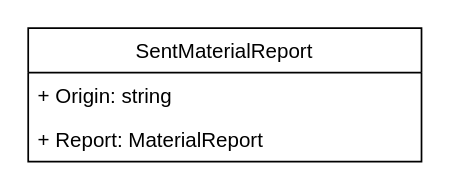
Above: Assets/UML_Diagrams/ReceivedMaterialReport.drawio in ProgramacionII-Equipo3/Proyecto (draw.io), before the change. Source tidied: cells renumbered, new cells numbered last; positions are measured from the earlier drawing's top-left corner, leaving out a move shared by most shapes. Both pictures are drawn from the tidied source at 171%, with x=0, y=0 at pixel (27, 27).
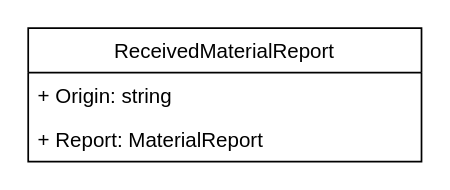
The same page after the edit.

Change to the diagram source:
```diff
@@
 <mxGraphModel>
   <root>
     <mxCell id="0" />
     <mxCell id="1" parent="0" />
-    <mxCell id="2" value="SentMaterialReport" style="swimlane;fontStyle=0;horizontal=1;startSize=26;fillColor=none;" parent="1" vertex="1">
+    <mxCell id="2" value="ReceivedMaterialReport" style="swimlane;fontStyle=0;horizontal=1;startSize=26;fillColor=none;" parent="1" vertex="1">
       <mxGeometry width="230" height="78" as="geometry" />
     </mxCell>
     <mxCell id="3" value="+ Origin: string" style="text;strokeColor=none;fillColor=none;align=left;verticalAlign=top;spacingLeft=4;spacingRight=4;overflow=hidden;" parent="2" vertex="1">
       <mxGeometry y="26" width="230" height="26" as="geometry" />
     </mxCell>
     <mxCell id="4" value="+ Report: MaterialReport" style="text;strokeColor=none;fillColor=none;align=left;verticalAlign=top;spacingLeft=4;spacingRight=4;overflow=hidden;" parent="2" vertex="1">
       <mxGeometry y="52" width="230" height="26" as="geometry" />
     </mxCell>
   </root>
 </mxGraphModel>
```
